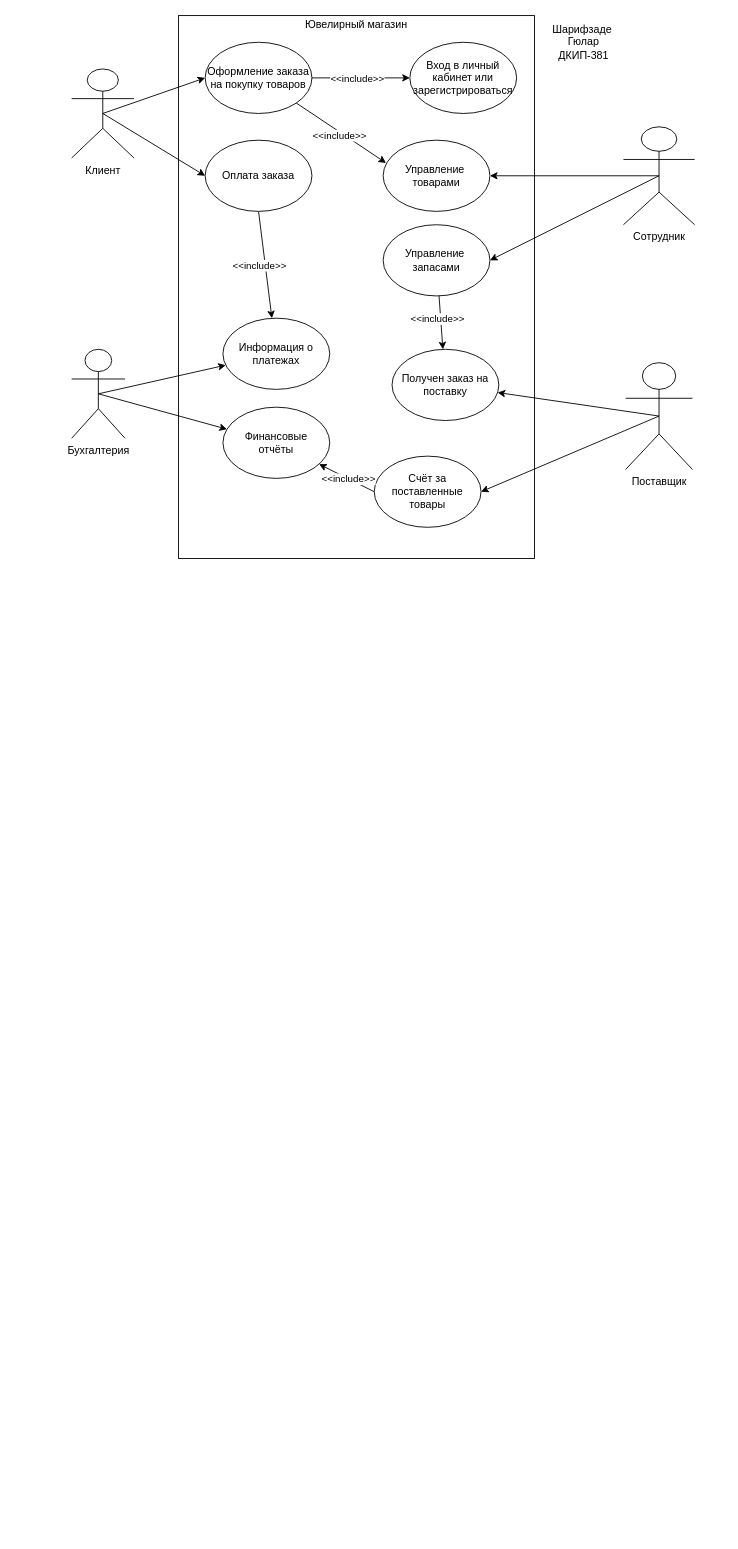
Earlier version of the draw.io diagram ис2.drawio (Moonteddy777/Laba). Source tidied: cells renumbered, new cells numbered last; positions are measured from the earlier drawing's top-left corner, leaving out a move shared by most shapes. Both pictures are drawn from the tidied source at 89%, with x=0, y=0 at pixel (71, 15).
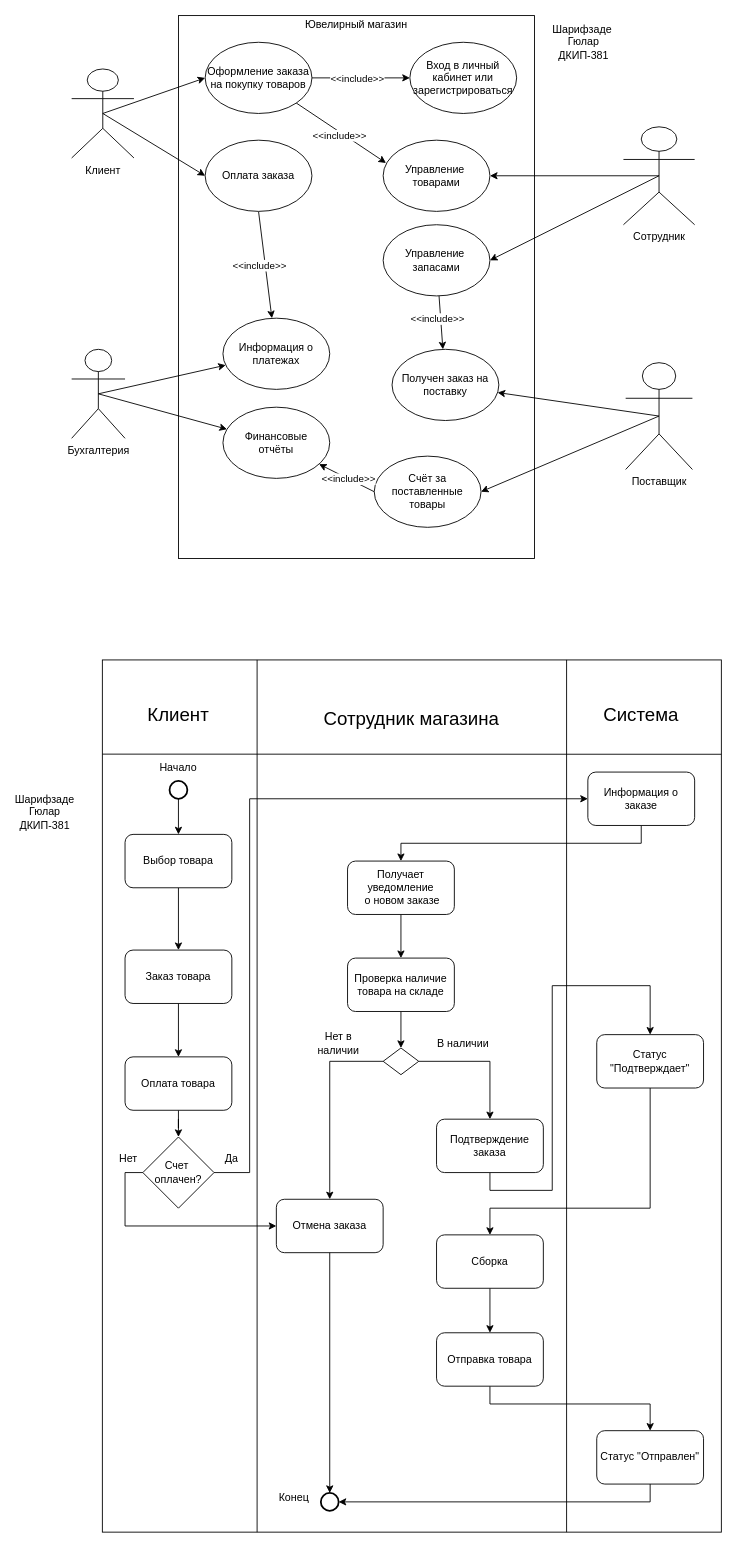
The same page after the edit.

Change to the diagram source:
```diff
@@
+    <mxCell id="36" style="rounded=0;whiteSpace=wrap;html=1;" parent="1" vertex="1">
+      <mxGeometry x="34.5" y="724" width="695.5" height="980" as="geometry" />
+    </mxCell>
+    <mxCell id="37" style="endArrow=none;html=1;rounded=0;entryX=0.25;entryY=0;entryDx=0;entryDy=0;exitX=0.25;exitY=1;exitDx=0;exitDy=0;" parent="1" edge="1" source="36" target="36">
+      <mxGeometry relative="1" as="geometry" />
+    </mxCell>
+    <mxCell id="38" style="endArrow=none;html=1;rounded=0;entryX=0.75;entryY=0;entryDx=0;entryDy=0;exitX=0.75;exitY=1;exitDx=0;exitDy=0;" parent="1" edge="1" source="36" target="36">
+      <mxGeometry relative="1" as="geometry" />
+    </mxCell>
+    <mxCell id="39" style="endArrow=none;html=1;rounded=0;spacing=0;entryX=0;entryY=0.108;entryDx=0;entryDy=0;entryPerimeter=0;" parent="1" edge="1" target="36">
+      <mxGeometry relative="1" as="geometry">
+        <mxPoint x="730" y="830" as="sourcePoint" />
+      </mxGeometry>
+    </mxCell>
+    <mxCell id="40" value="Клиент" style="text;html=1;align=center;verticalAlign=middle;whiteSpace=wrap;rounded=0;fontSize=21;" parent="1" vertex="1">
+      <mxGeometry x="90" y="770" width="60" height="30" as="geometry" />
+    </mxCell>
+    <mxCell id="41" value="Сотрудник магазина" style="text;html=1;align=center;verticalAlign=middle;whiteSpace=wrap;rounded=0;fontSize=21;" parent="1" vertex="1">
+      <mxGeometry x="187.2" y="780" width="390" height="20" as="geometry" />
+    </mxCell>
+    <mxCell id="42" value="Система" style="text;html=1;align=center;verticalAlign=middle;whiteSpace=wrap;rounded=0;fontSize=21;" parent="1" vertex="1">
+      <mxGeometry x="610" y="770" width="60" height="30" as="geometry" />
+    </mxCell>
+    <mxCell id="43" style="edgeStyle=orthogonalEdgeStyle;rounded=0;jettySize=auto;html=1;" parent="1" edge="1" source="44" target="47">
+      <mxGeometry relative="1" as="geometry" />
+    </mxCell>
+    <mxCell id="44" style="strokeWidth=2;html=1;shape=mxgraph.flowchart.start_2;whiteSpace=wrap;labelBackgroundColor=light-dark(#000000,#FFFFFF);textShadow=1;fillColor=light-dark(#FFFFFF,#FFFFFF);" parent="1" vertex="1">
+      <mxGeometry x="110" y="860" width="20" height="20" as="geometry" />
+    </mxCell>
+    <mxCell id="45" style="strokeWidth=2;html=1;shape=mxgraph.flowchart.start_2;whiteSpace=wrap;labelBackgroundColor=light-dark(#000000,#FFFFFF);textShadow=1;fillColor=light-dark(#FFFFFF,#FFFFFF);" parent="1" vertex="1">
+      <mxGeometry x="280" y="1660" width="20" height="20" as="geometry" />
+    </mxCell>
+    <mxCell id="46" style="edgeStyle=orthogonalEdgeStyle;rounded=0;jettySize=auto;html=1;" parent="1" edge="1" source="47" target="49">
+      <mxGeometry relative="1" as="geometry" />
+    </mxCell>
+    <mxCell id="47" value="Выбор товара" style="rounded=1;whiteSpace=wrap;html=1;" parent="1" vertex="1">
+      <mxGeometry x="60" y="920" width="120" height="60" as="geometry" />
+    </mxCell>
+    <mxCell id="48" style="edgeStyle=orthogonalEdgeStyle;rounded=0;jettySize=auto;html=1;" parent="1" edge="1" source="49" target="54">
+      <mxGeometry relative="1" as="geometry" />
+    </mxCell>
+    <mxCell id="49" value="Заказ товара" style="rounded=1;whiteSpace=wrap;html=1;" parent="1" vertex="1">
+      <mxGeometry x="60" y="1050" width="120" height="60" as="geometry" />
+    </mxCell>
+    <mxCell id="50" style="edgeStyle=orthogonalEdgeStyle;rounded=0;jettySize=auto;html=1;exitX=0.5;exitY=1;exitDx=0;exitDy=0;entryX=0.5;entryY=0;entryDx=0;entryDy=0;" parent="1" edge="1" source="51" target="56">
+      <mxGeometry relative="1" as="geometry" />
+    </mxCell>
+    <mxCell id="51" value="Информация о заказе" style="rounded=1;whiteSpace=wrap;html=1;" parent="1" vertex="1">
+      <mxGeometry x="580" y="850" width="120" height="60" as="geometry" />
+    </mxCell>
+    <mxCell id="52" style="edgeStyle=orthogonalEdgeStyle;rounded=0;jettySize=auto;html=1;entryX=0;entryY=0.5;entryDx=0;entryDy=0;exitX=1;exitY=0.5;exitDx=0;exitDy=0;" parent="1" edge="1" source="72" target="51">
+      <mxGeometry relative="1" as="geometry">
+        <Array as="points">
+          <mxPoint x="200" y="1300" />
+          <mxPoint x="200" y="880" />
+        </Array>
+      </mxGeometry>
+    </mxCell>
+    <mxCell id="53" style="edgeStyle=orthogonalEdgeStyle;rounded=0;jettySize=auto;html=1;" parent="1" edge="1" source="54" target="72">
+      <mxGeometry relative="1" as="geometry" />
+    </mxCell>
+    <mxCell id="54" value="Оплата товара" style="rounded=1;whiteSpace=wrap;html=1;" parent="1" vertex="1">
+      <mxGeometry x="60" y="1170" width="120" height="60" as="geometry" />
+    </mxCell>
+    <mxCell id="55" style="edgeStyle=orthogonalEdgeStyle;rounded=0;jettySize=auto;html=1;" parent="1" edge="1" source="56" target="58">
+      <mxGeometry relative="1" as="geometry" />
+    </mxCell>
+    <mxCell id="56" value="Получает уведомление&lt;div&gt;&amp;nbsp;о новом&amp;nbsp;&lt;span style=&quot;background-color: transparent; color: light-dark(rgb(0, 0, 0), rgb(255, 255, 255));&quot;&gt;заказе&lt;/span&gt;&lt;/div&gt;" style="rounded=1;whiteSpace=wrap;html=1;" parent="1" vertex="1">
+      <mxGeometry x="310" y="950" width="120" height="60" as="geometry" />
+    </mxCell>
+    <mxCell id="57" style="edgeStyle=orthogonalEdgeStyle;rounded=0;jettySize=auto;html=1;" parent="1" edge="1" source="58" target="61">
+      <mxGeometry relative="1" as="geometry" />
+    </mxCell>
+    <mxCell id="58" value="Проверка наличие&lt;div&gt;товара на складе&lt;/div&gt;" style="rounded=1;whiteSpace=wrap;html=1;" parent="1" vertex="1">
+      <mxGeometry x="310" y="1059" width="120" height="60" as="geometry" />
+    </mxCell>
+    <mxCell id="59" style="edgeStyle=orthogonalEdgeStyle;rounded=0;jettySize=auto;html=1;exitX=1;exitY=0.5;exitDx=0;exitDy=0;entryX=0.5;entryY=0;entryDx=0;entryDy=0;" parent="1" edge="1" source="61" target="64">
+      <mxGeometry relative="1" as="geometry" />
+    </mxCell>
+    <mxCell id="60" style="edgeStyle=orthogonalEdgeStyle;rounded=0;jettySize=auto;html=1;" parent="1" edge="1" source="61" target="62">
+      <mxGeometry relative="1" as="geometry">
+        <Array as="points">
+          <mxPoint x="290" y="1175" />
+        </Array>
+      </mxGeometry>
+    </mxCell>
+    <mxCell id="61" style="rhombus;whiteSpace=wrap;html=1;" parent="1" vertex="1">
+      <mxGeometry x="350" y="1160" width="40" height="30" as="geometry" />
+    </mxCell>
+    <mxCell id="62" value="Отмена заказа" style="rounded=1;whiteSpace=wrap;html=1;" parent="1" vertex="1">
+      <mxGeometry x="230" y="1330" width="120" height="60" as="geometry" />
+    </mxCell>
+    <mxCell id="63" style="edgeStyle=orthogonalEdgeStyle;rounded=0;jettySize=auto;html=1;exitX=0.5;exitY=1;exitDx=0;exitDy=0;entryX=0.5;entryY=0;entryDx=0;entryDy=0;" parent="1" edge="1" source="64" target="68">
+      <mxGeometry relative="1" as="geometry">
+        <Array as="points">
+          <mxPoint x="470" y="1320" />
+          <mxPoint x="540" y="1320" />
+          <mxPoint x="540" y="1090" />
+          <mxPoint x="650" y="1090" />
+        </Array>
+      </mxGeometry>
+    </mxCell>
+    <mxCell id="64" value="Подтверждение&lt;div&gt;заказа&lt;/div&gt;" style="rounded=1;whiteSpace=wrap;html=1;" parent="1" vertex="1">
+      <mxGeometry x="410" y="1240" width="120" height="60" as="geometry" />
+    </mxCell>
+    <mxCell id="65" value="Нет в наличии" style="text;html=1;align=center;verticalAlign=middle;whiteSpace=wrap;rounded=0;" parent="1" vertex="1">
+      <mxGeometry x="270" y="1140" width="60" height="30" as="geometry" />
+    </mxCell>
+    <mxCell id="66" value="В наличии" style="text;html=1;align=center;verticalAlign=middle;whiteSpace=wrap;rounded=0;" parent="1" vertex="1">
+      <mxGeometry x="410" y="1140" width="60" height="30" as="geometry" />
+    </mxCell>
+    <mxCell id="67" style="edgeStyle=orthogonalEdgeStyle;rounded=0;jettySize=auto;html=1;exitX=0.5;exitY=1;exitDx=0;exitDy=0;" parent="1" edge="1" source="68" target="76">
+      <mxGeometry relative="1" as="geometry">
+        <Array as="points">
+          <mxPoint x="650" y="1340" />
+          <mxPoint x="470" y="1340" />
+        </Array>
+      </mxGeometry>
+    </mxCell>
+    <mxCell id="68" value="Статус &quot;Подтверждает&quot;" style="rounded=1;whiteSpace=wrap;html=1;" parent="1" vertex="1">
+      <mxGeometry x="590" y="1145" width="120" height="60" as="geometry" />
+    </mxCell>
+    <mxCell id="69" style="edgeStyle=orthogonalEdgeStyle;rounded=0;jettySize=auto;html=1;exitX=0.5;exitY=1;exitDx=0;exitDy=0;" parent="1" edge="1" source="70" target="45">
+      <mxGeometry relative="1" as="geometry">
+        <Array as="points">
+          <mxPoint x="650" y="1670" />
+        </Array>
+      </mxGeometry>
+    </mxCell>
+    <mxCell id="70" value="Статус &quot;Отправлен&quot;" style="rounded=1;whiteSpace=wrap;html=1;" parent="1" vertex="1">
+      <mxGeometry x="590" y="1590" width="120" height="60" as="geometry" />
+    </mxCell>
+    <mxCell id="71" style="edgeStyle=orthogonalEdgeStyle;rounded=0;jettySize=auto;html=1;exitX=0;exitY=0.5;exitDx=0;exitDy=0;entryX=0;entryY=0.5;entryDx=0;entryDy=0;" parent="1" edge="1" source="72" target="62">
+      <mxGeometry relative="1" as="geometry" />
+    </mxCell>
+    <mxCell id="72" value="Счет&amp;nbsp;&lt;div&gt;оплачен?&lt;/div&gt;" style="rhombus;whiteSpace=wrap;html=1;" parent="1" vertex="1">
+      <mxGeometry x="80" y="1260" width="80" height="80" as="geometry" />
+    </mxCell>
+    <mxCell id="73" value="Да" style="text;html=1;align=center;verticalAlign=middle;whiteSpace=wrap;rounded=0;" parent="1" vertex="1">
+      <mxGeometry x="150" y="1270" width="60" height="30" as="geometry" />
+    </mxCell>
+    <mxCell id="74" value="Нет" style="text;html=1;align=center;verticalAlign=middle;whiteSpace=wrap;rounded=0;" parent="1" vertex="1">
+      <mxGeometry x="34" y="1270" width="60" height="30" as="geometry" />
+    </mxCell>
+    <mxCell id="75" style="edgeStyle=orthogonalEdgeStyle;rounded=0;jettySize=auto;html=1;" parent="1" edge="1" source="76" target="78">
+      <mxGeometry relative="1" as="geometry" />
+    </mxCell>
+    <mxCell id="76" value="Сборка" style="rounded=1;whiteSpace=wrap;html=1;" parent="1" vertex="1">
+      <mxGeometry x="410" y="1370" width="120" height="60" as="geometry" />
+    </mxCell>
+    <mxCell id="77" style="edgeStyle=orthogonalEdgeStyle;rounded=0;jettySize=auto;html=1;exitX=0.5;exitY=1;exitDx=0;exitDy=0;entryX=0.5;entryY=0;entryDx=0;entryDy=0;" parent="1" edge="1" source="78" target="70">
+      <mxGeometry relative="1" as="geometry">
+        <Array as="points">
+          <mxPoint x="470" y="1560" />
+          <mxPoint x="650" y="1560" />
+        </Array>
+      </mxGeometry>
+    </mxCell>
+    <mxCell id="78" value="Отправка товара" style="rounded=1;whiteSpace=wrap;html=1;" parent="1" vertex="1">
+      <mxGeometry x="410" y="1480" width="120" height="60" as="geometry" />
+    </mxCell>
+    <mxCell id="79" style="edgeStyle=orthogonalEdgeStyle;rounded=0;jettySize=auto;html=1;exitX=0.5;exitY=1;exitDx=0;exitDy=0;entryX=0.5;entryY=0;entryDx=0;entryDy=0;entryPerimeter=0;" parent="1" edge="1" source="62" target="45">
+      <mxGeometry relative="1" as="geometry" />
+    </mxCell>
+    <mxCell id="80" value="Начало" style="text;html=1;align=center;verticalAlign=middle;whiteSpace=wrap;rounded=0;" parent="1" vertex="1">
+      <mxGeometry x="90" y="830" width="60" height="30" as="geometry" />
+    </mxCell>
+    <mxCell id="81" value="Конец" style="text;html=1;align=center;verticalAlign=middle;whiteSpace=wrap;rounded=0;" parent="1" vertex="1">
+      <mxGeometry x="220" y="1650" width="60" height="30" as="geometry" />
+    </mxCell>
+    <mxCell id="82" value="Шарифзаде&lt;div&gt;Гюлар&lt;/div&gt;&lt;div&gt;ДКИП-381&lt;/div&gt;" style="text;html=1;align=center;verticalAlign=middle;whiteSpace=wrap;rounded=0;" parent="1" vertex="1">
+      <mxGeometry x="-60" y="880" width="60" height="30" as="geometry" />
+    </mxCell>
```
